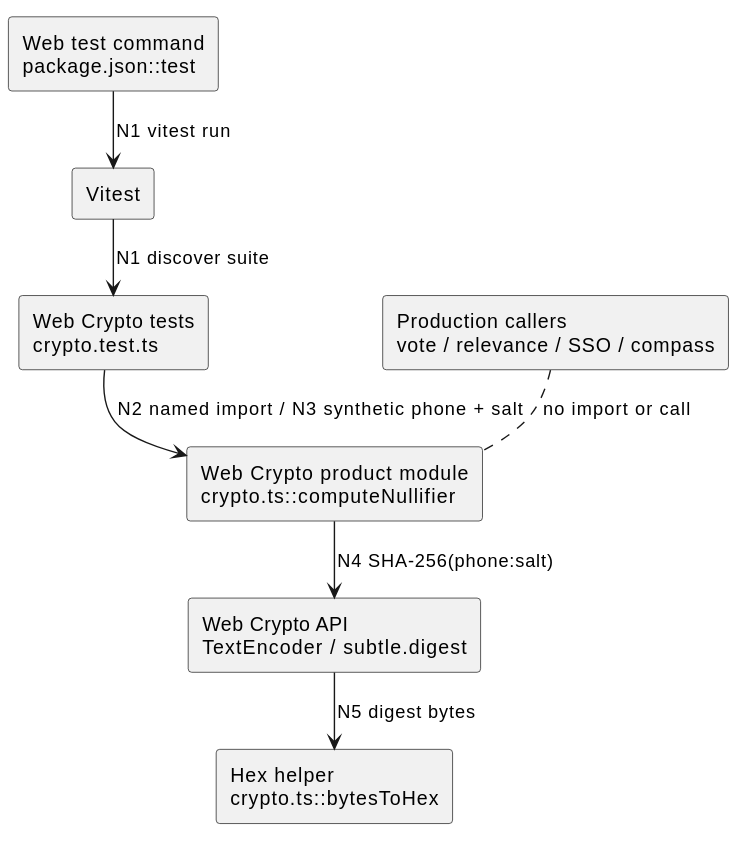
Earlier version of the PlantUML export docs/architecture/map_003.svg (NeaBouli/pnyx).
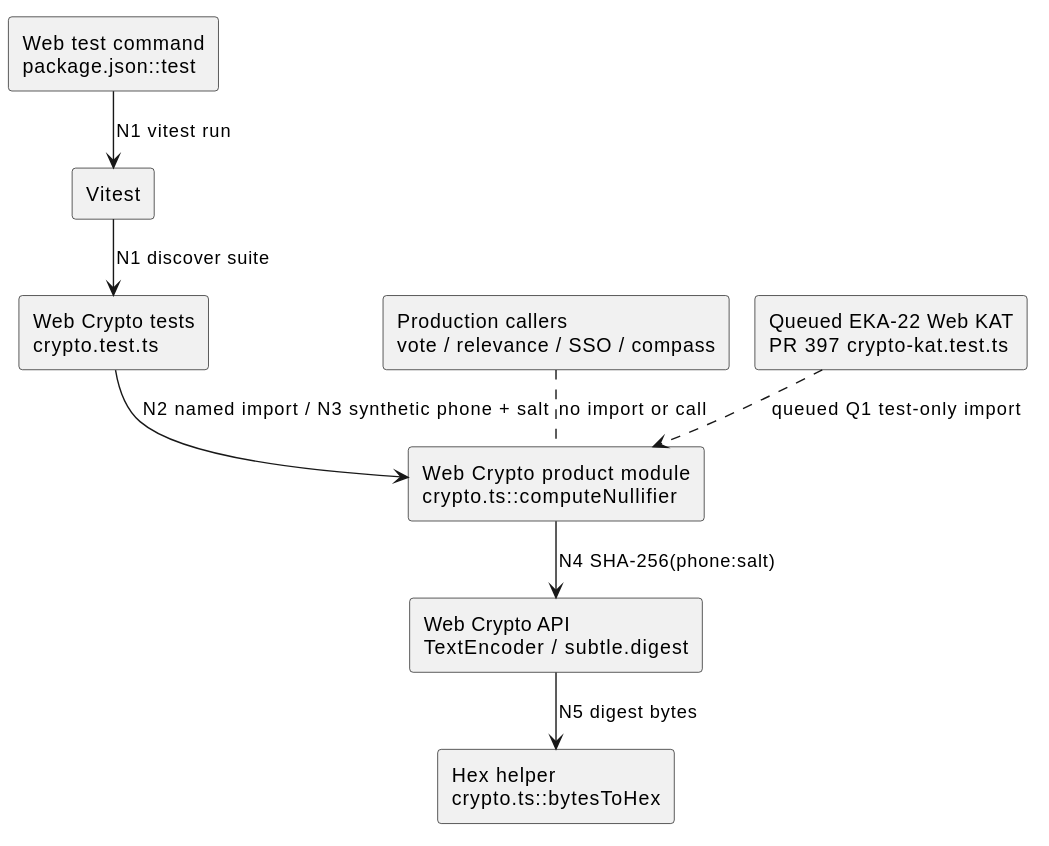
After the commit.

Diff of the diagram source:
```diff
@@ -8,6 +8,7 @@
 component "Web Crypto API\nTextEncoder / subtle.digest" as WEBCRYPTO
 component "Hex helper\ncrypto.ts::bytesToHex" as HEX
 component "Production callers\nvote / relevance / SSO / compass" as PROD
+component "Queued EKA-22 Web KAT\nPR 397 crypto-kat.test.ts" as KAT
 
 TESTCMD --> VITEST : N1 vitest run
 VITEST --> TESTS : N1 discover suite
@@ -15,4 +16,5 @@
 HELPER --> WEBCRYPTO : N4 SHA-256(phone:salt)
 WEBCRYPTO --> HEX : N5 digest bytes
 PROD .. HELPER : no import or call
+KAT ..> HELPER : queued Q1 test-only import
 @enduml
```
